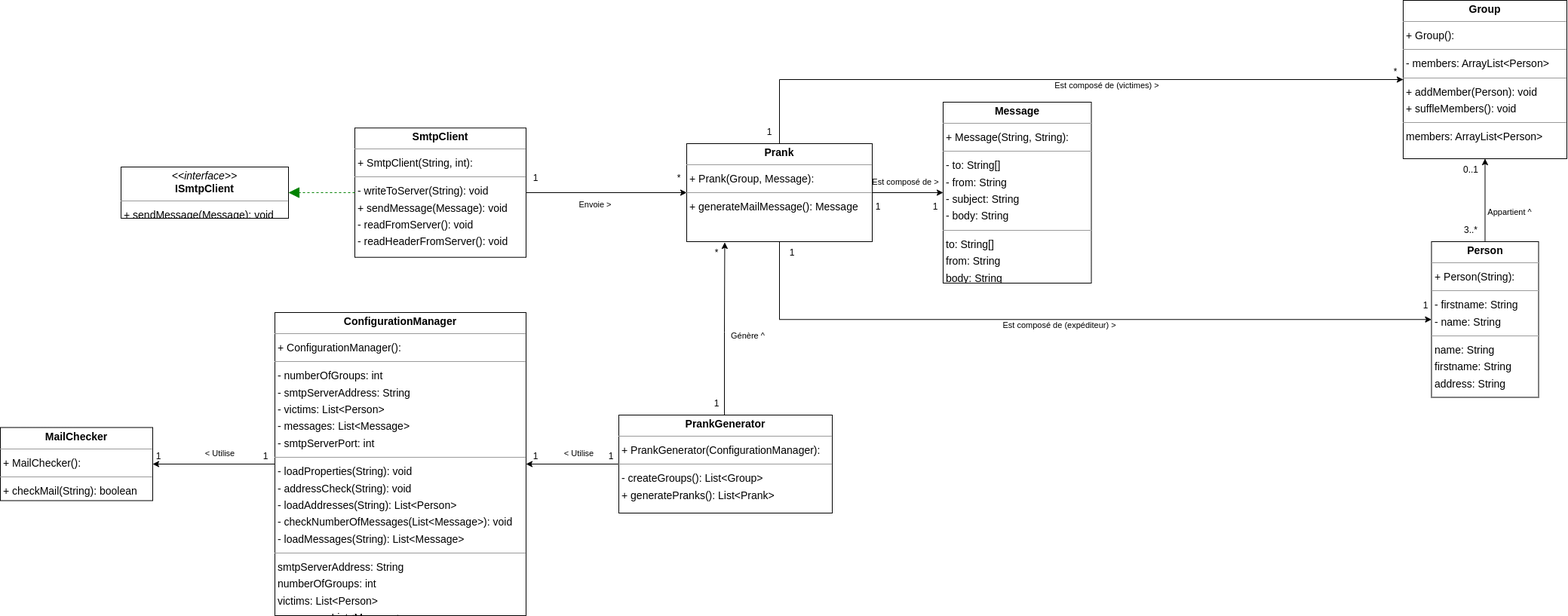
The draw.io diagram figures/Diagramme.png in hugoducom/SMTP-Prank, before a commit. Source tidied: cells renumbered, new cells last; positions are measured from the earlier drawing's top-left corner, leaving out a move shared by most shapes.
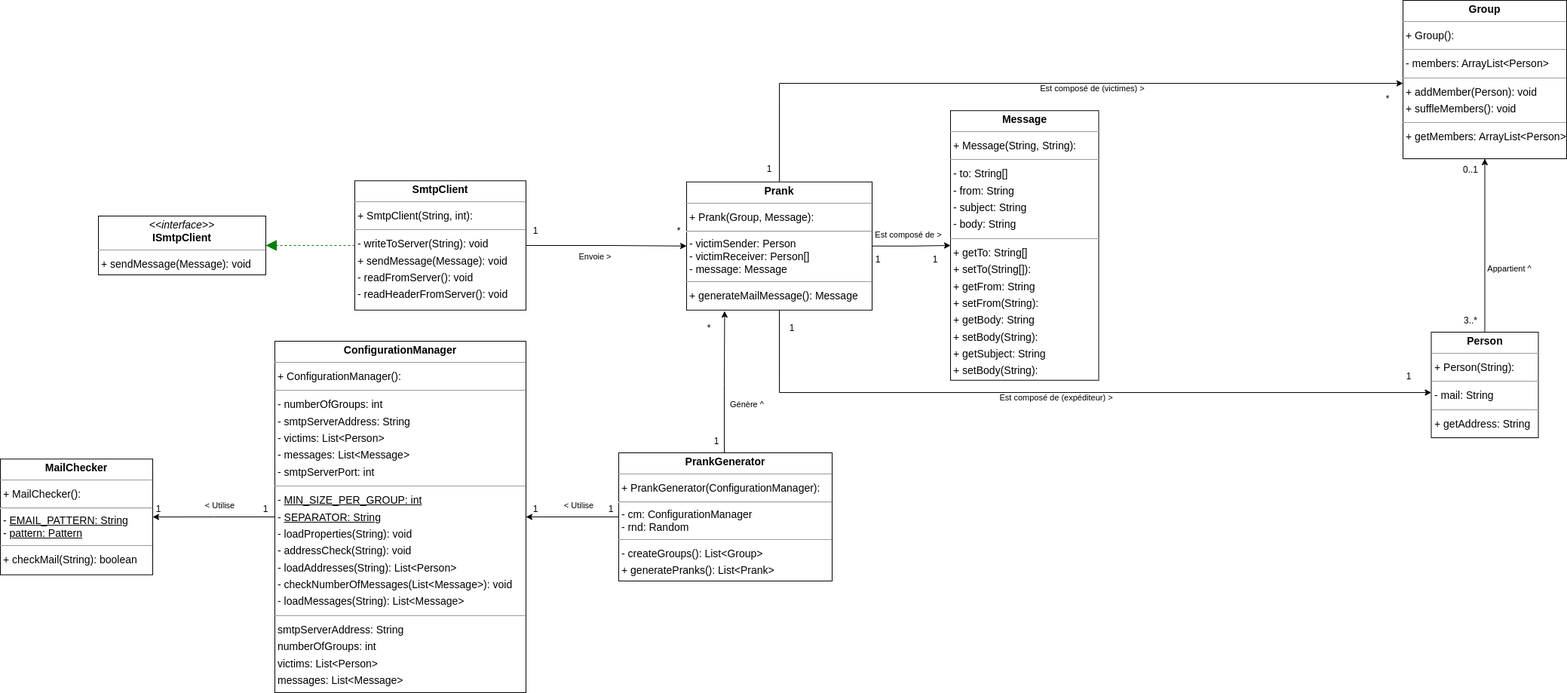
The same diagram one commit later.

Commit message:
Mise à jour du schéma UML + Simplification du code

Diff of the diagram source:
```diff
@@ -10,20 +10,20 @@
         <mxPoint x="-9" y="-11" as="offset" />
       </mxGeometry>
     </mxCell>
-    <mxCell id="4" value="&lt;p style=&quot;margin:0px;margin-top:4px;text-align:center;&quot;&gt;&lt;b&gt;ConfigurationManager&lt;/b&gt;&lt;/p&gt;&lt;hr size=&quot;1&quot;/&gt;&lt;p style=&quot;margin:0 0 0 4px;line-height:1.6;&quot;&gt;+ ConfigurationManager(): &lt;/p&gt;&lt;hr size=&quot;1&quot;/&gt;&lt;p style=&quot;margin:0 0 0 4px;line-height:1.6;&quot;&gt;- numberOfGroups: int&lt;br/&gt;- smtpServerAddress: String&lt;br/&gt;- victims: List&amp;lt;Person&amp;gt;&lt;br/&gt;- messages: List&amp;lt;Message&amp;gt;&lt;br/&gt;- smtpServerPort: int&lt;/p&gt;&lt;hr size=&quot;1&quot;/&gt;&lt;p style=&quot;margin:0 0 0 4px;line-height:1.6;&quot;&gt;- loadProperties(String): void&lt;br/&gt;- addressCheck(String): void&lt;br/&gt;- loadAddresses(String): List&amp;lt;Person&amp;gt;&lt;br/&gt;- checkNumberOfMessages(List&amp;lt;Message&amp;gt;): void&lt;br/&gt;- loadMessages(String): List&amp;lt;Message&amp;gt;&lt;/p&gt;&lt;hr size=&quot;1&quot;/&gt;&lt;p style=&quot;margin:0 0 0 4px;line-height:1.6;&quot;&gt; smtpServerAddress: String&lt;br/&gt; numberOfGroups: int&lt;br/&gt; victims: List&amp;lt;Person&amp;gt;&lt;br/&gt; messages: List&amp;lt;Message&amp;gt;&lt;br/&gt; smtpServerPort: int&lt;/p&gt;" style="verticalAlign=top;align=left;overflow=fill;fontSize=14;fontFamily=Helvetica;html=1;rounded=0;shadow=0;comic=0;labelBackgroundColor=none;strokeWidth=1;" parent="1" vertex="1">
-      <mxGeometry x="364" y="414" width="333" height="402" as="geometry" />
+    <mxCell id="4" value="&lt;p style=&quot;margin:0px;margin-top:4px;text-align:center;&quot;&gt;&lt;b&gt;ConfigurationManager&lt;/b&gt;&lt;/p&gt;&lt;hr size=&quot;1&quot;&gt;&lt;p style=&quot;margin:0 0 0 4px;line-height:1.6;&quot;&gt;+ ConfigurationManager(): &lt;/p&gt;&lt;hr size=&quot;1&quot;&gt;&lt;p style=&quot;margin:0 0 0 4px;line-height:1.6;&quot;&gt;- numberOfGroups: int&lt;br&gt;- smtpServerAddress: String&lt;br&gt;- victims: List&amp;lt;Person&amp;gt;&lt;br&gt;- messages: List&amp;lt;Message&amp;gt;&lt;br&gt;- smtpServerPort: int&lt;/p&gt;&lt;hr size=&quot;1&quot;&gt;&lt;p style=&quot;margin:0 0 0 4px;line-height:1.6;&quot;&gt;- &lt;u&gt;MIN_SIZE_PER_GROUP: int&lt;/u&gt;&lt;/p&gt;&lt;p style=&quot;margin:0 0 0 4px;line-height:1.6;&quot;&gt;- &lt;u&gt;SEPARATOR: String&lt;/u&gt;&lt;/p&gt;&lt;p style=&quot;margin:0 0 0 4px;line-height:1.6;&quot;&gt;- loadProperties(String): void&lt;br&gt;- addressCheck(String): void&lt;br&gt;- loadAddresses(String): List&amp;lt;Person&amp;gt;&lt;br&gt;- checkNumberOfMessages(List&amp;lt;Message&amp;gt;): void&lt;br&gt;- loadMessages(String): List&amp;lt;Message&amp;gt;&lt;/p&gt;&lt;hr size=&quot;1&quot;&gt;&lt;p style=&quot;margin:0 0 0 4px;line-height:1.6;&quot;&gt; smtpServerAddress: String&lt;br&gt; numberOfGroups: int&lt;br&gt; victims: List&amp;lt;Person&amp;gt;&lt;br&gt; messages: List&amp;lt;Message&amp;gt;&lt;br&gt; smtpServerPort: int&lt;/p&gt;" style="verticalAlign=top;align=left;overflow=fill;fontSize=14;fontFamily=Helvetica;html=1;rounded=0;shadow=0;comic=0;labelBackgroundColor=none;strokeWidth=1;" parent="1" vertex="1">
+      <mxGeometry x="364" y="382" width="333" height="466" as="geometry" />
     </mxCell>
-    <mxCell id="5" value="&lt;p style=&quot;margin:0px;margin-top:4px;text-align:center;&quot;&gt;&lt;b&gt;Group&lt;/b&gt;&lt;/p&gt;&lt;hr size=&quot;1&quot;/&gt;&lt;p style=&quot;margin:0 0 0 4px;line-height:1.6;&quot;&gt;+ Group(): &lt;/p&gt;&lt;hr size=&quot;1&quot;/&gt;&lt;p style=&quot;margin:0 0 0 4px;line-height:1.6;&quot;&gt;- members: ArrayList&amp;lt;Person&amp;gt;&lt;/p&gt;&lt;hr size=&quot;1&quot;/&gt;&lt;p style=&quot;margin:0 0 0 4px;line-height:1.6;&quot;&gt;+ addMember(Person): void&lt;br/&gt;+ suffleMembers(): void&lt;/p&gt;&lt;hr size=&quot;1&quot;/&gt;&lt;p style=&quot;margin:0 0 0 4px;line-height:1.6;&quot;&gt; members: ArrayList&amp;lt;Person&amp;gt;&lt;/p&gt;" style="verticalAlign=top;align=left;overflow=fill;fontSize=14;fontFamily=Helvetica;html=1;rounded=0;shadow=0;comic=0;labelBackgroundColor=none;strokeWidth=1;" parent="1" vertex="1">
-      <mxGeometry x="1860" width="217" height="210" as="geometry" />
+    <mxCell id="5" value="&lt;p style=&quot;margin:0px;margin-top:4px;text-align:center;&quot;&gt;&lt;b&gt;Group&lt;/b&gt;&lt;/p&gt;&lt;hr size=&quot;1&quot;&gt;&lt;p style=&quot;margin:0 0 0 4px;line-height:1.6;&quot;&gt;+ Group(): &lt;/p&gt;&lt;hr size=&quot;1&quot;&gt;&lt;p style=&quot;margin:0 0 0 4px;line-height:1.6;&quot;&gt;- members: ArrayList&amp;lt;Person&amp;gt;&lt;/p&gt;&lt;hr size=&quot;1&quot;&gt;&lt;p style=&quot;margin:0 0 0 4px;line-height:1.6;&quot;&gt;+ addMember(Person): void&lt;br&gt;+ suffleMembers(): void&lt;/p&gt;&lt;hr size=&quot;1&quot;&gt;&lt;p style=&quot;margin:0 0 0 4px;line-height:1.6;&quot;&gt;+ getMembers: ArrayList&amp;lt;Person&amp;gt;&lt;/p&gt;" style="verticalAlign=top;align=left;overflow=fill;fontSize=14;fontFamily=Helvetica;html=1;rounded=0;shadow=0;comic=0;labelBackgroundColor=none;strokeWidth=1;" parent="1" vertex="1">
+      <mxGeometry x="1860" y="-70" width="217" height="210" as="geometry" />
     </mxCell>
     <mxCell id="6" value="&lt;p style=&quot;margin:0px;margin-top:4px;text-align:center;&quot;&gt;&lt;i&gt;&amp;lt;&amp;lt;interface&amp;gt;&amp;gt;&lt;/i&gt;&lt;br/&gt;&lt;b&gt;ISmtpClient&lt;/b&gt;&lt;/p&gt;&lt;hr size=&quot;1&quot;/&gt;&lt;p style=&quot;margin:0 0 0 4px;line-height:1.6;&quot;&gt;+ sendMessage(Message): void&lt;/p&gt;" style="verticalAlign=top;align=left;overflow=fill;fontSize=14;fontFamily=Helvetica;html=1;rounded=0;shadow=0;comic=0;labelBackgroundColor=none;strokeWidth=1;" parent="1" vertex="1">
-      <mxGeometry x="160" y="221" width="222" height="68" as="geometry" />
+      <mxGeometry x="130" y="216" width="222" height="78" as="geometry" />
     </mxCell>
-    <mxCell id="7" value="&lt;p style=&quot;margin:0px;margin-top:4px;text-align:center;&quot;&gt;&lt;b&gt;MailChecker&lt;/b&gt;&lt;/p&gt;&lt;hr size=&quot;1&quot;/&gt;&lt;p style=&quot;margin:0 0 0 4px;line-height:1.6;&quot;&gt;+ MailChecker(): &lt;/p&gt;&lt;hr size=&quot;1&quot;/&gt;&lt;p style=&quot;margin:0 0 0 4px;line-height:1.6;&quot;&gt;+ checkMail(String): boolean&lt;/p&gt;" style="verticalAlign=top;align=left;overflow=fill;fontSize=14;fontFamily=Helvetica;html=1;rounded=0;shadow=0;comic=0;labelBackgroundColor=none;strokeWidth=1;" parent="1" vertex="1">
-      <mxGeometry y="566.5" width="202" height="97" as="geometry" />
+    <mxCell id="7" value="&lt;p style=&quot;margin:0px;margin-top:4px;text-align:center;&quot;&gt;&lt;b&gt;MailChecker&lt;/b&gt;&lt;/p&gt;&lt;hr size=&quot;1&quot;&gt;&lt;p style=&quot;margin:0 0 0 4px;line-height:1.6;&quot;&gt;+ MailChecker(): &lt;/p&gt;&lt;hr&gt;&amp;nbsp;- &lt;u&gt;EMAIL_PATTERN: String&lt;/u&gt;&lt;br&gt;&amp;nbsp;- &lt;u&gt;pattern: Pattern&lt;/u&gt;&lt;br&gt;&lt;hr size=&quot;1&quot;&gt;&lt;p style=&quot;margin:0 0 0 4px;line-height:1.6;&quot;&gt;+ checkMail(String): boolean&lt;/p&gt;" style="verticalAlign=top;align=left;overflow=fill;fontSize=14;fontFamily=Helvetica;html=1;rounded=0;shadow=0;comic=0;labelBackgroundColor=none;strokeWidth=1;" parent="1" vertex="1">
+      <mxGeometry y="538.2" width="202" height="153.5" as="geometry" />
     </mxCell>
-    <mxCell id="8" value="&lt;p style=&quot;margin:0px;margin-top:4px;text-align:center;&quot;&gt;&lt;b&gt;Message&lt;/b&gt;&lt;/p&gt;&lt;hr size=&quot;1&quot;/&gt;&lt;p style=&quot;margin:0 0 0 4px;line-height:1.6;&quot;&gt;+ Message(String, String): &lt;/p&gt;&lt;hr size=&quot;1&quot;/&gt;&lt;p style=&quot;margin:0 0 0 4px;line-height:1.6;&quot;&gt;- to: String[]&lt;br/&gt;- from: String&lt;br/&gt;- subject: String&lt;br/&gt;- body: String&lt;/p&gt;&lt;hr size=&quot;1&quot;/&gt;&lt;p style=&quot;margin:0 0 0 4px;line-height:1.6;&quot;&gt; to: String[]&lt;br/&gt; from: String&lt;br/&gt; body: String&lt;br/&gt; subject: String&lt;/p&gt;" style="verticalAlign=top;align=left;overflow=fill;fontSize=14;fontFamily=Helvetica;html=1;rounded=0;shadow=0;comic=0;labelBackgroundColor=none;strokeWidth=1;" parent="1" vertex="1">
-      <mxGeometry x="1250" y="135" width="196.5" height="240" as="geometry" />
+    <mxCell id="8" value="&lt;p style=&quot;margin:0px;margin-top:4px;text-align:center;&quot;&gt;&lt;b&gt;Message&lt;/b&gt;&lt;/p&gt;&lt;hr size=&quot;1&quot;&gt;&lt;p style=&quot;margin:0 0 0 4px;line-height:1.6;&quot;&gt;+ Message(String, String): &lt;/p&gt;&lt;hr size=&quot;1&quot;&gt;&lt;p style=&quot;margin:0 0 0 4px;line-height:1.6;&quot;&gt;- to: String[]&lt;br&gt;- from: String&lt;br&gt;- subject: String&lt;br&gt;- body: String&lt;/p&gt;&lt;hr size=&quot;1&quot;&gt;&lt;p style=&quot;margin:0 0 0 4px;line-height:1.6;&quot;&gt;+ getTo: String[]&lt;/p&gt;&lt;p style=&quot;margin:0 0 0 4px;line-height:1.6;&quot;&gt;+ setTo(String[]):&lt;br&gt;+ getFrom: String&lt;/p&gt;&lt;p style=&quot;margin:0 0 0 4px;line-height:1.6;&quot;&gt;+ setFrom(String):&lt;br&gt;+ getBody: String&lt;/p&gt;&lt;p style=&quot;margin:0 0 0 4px;line-height:1.6;&quot;&gt;+ setBody(String):&lt;br&gt;+ getSubject: String&lt;/p&gt;&lt;p style=&quot;margin:0 0 0 4px;line-height:1.6;&quot;&gt;+ setBody(String):&lt;/p&gt;" style="verticalAlign=top;align=left;overflow=fill;fontSize=14;fontFamily=Helvetica;html=1;rounded=0;shadow=0;comic=0;labelBackgroundColor=none;strokeWidth=1;" parent="1" vertex="1">
+      <mxGeometry x="1260" y="76.2" width="196.5" height="357.5" as="geometry" />
     </mxCell>
     <mxCell id="9" style="edgeStyle=orthogonalEdgeStyle;rounded=0;jettySize=auto;html=1;exitX=0.5;exitY=0;exitDx=0;exitDy=0;entryX=0.5;entryY=1;entryDx=0;entryDy=0;" parent="1" edge="1" source="11" target="5">
       <mxGeometry relative="1" as="geometry" />
@@ -33,17 +33,25 @@
         <mxPoint x="36" as="offset" />
       </mxGeometry>
     </mxCell>
-    <mxCell id="11" value="&lt;p style=&quot;margin:0px;margin-top:4px;text-align:center;&quot;&gt;&lt;b&gt;Person&lt;/b&gt;&lt;/p&gt;&lt;hr size=&quot;1&quot;/&gt;&lt;p style=&quot;margin:0 0 0 4px;line-height:1.6;&quot;&gt;+ Person(String): &lt;/p&gt;&lt;hr size=&quot;1&quot;/&gt;&lt;p style=&quot;margin:0 0 0 4px;line-height:1.6;&quot;&gt;- firstname: String&lt;br/&gt;- name: String&lt;/p&gt;&lt;hr size=&quot;1&quot;/&gt;&lt;p style=&quot;margin:0 0 0 4px;line-height:1.6;&quot;&gt; name: String&lt;br/&gt; firstname: String&lt;br/&gt; address: String&lt;/p&gt;" style="verticalAlign=top;align=left;overflow=fill;fontSize=14;fontFamily=Helvetica;html=1;rounded=0;shadow=0;comic=0;labelBackgroundColor=none;strokeWidth=1;" parent="1" vertex="1">
-      <mxGeometry x="1897.5" y="320" width="142" height="206.5" as="geometry" />
+    <mxCell id="11" value="&lt;p style=&quot;margin:0px;margin-top:4px;text-align:center;&quot;&gt;&lt;b&gt;Person&lt;/b&gt;&lt;/p&gt;&lt;hr size=&quot;1&quot;&gt;&lt;p style=&quot;margin:0 0 0 4px;line-height:1.6;&quot;&gt;+ Person(String): &lt;/p&gt;&lt;hr size=&quot;1&quot;&gt;&lt;p style=&quot;margin:0 0 0 4px;line-height:1.6;&quot;&gt;- mail: String&lt;br&gt;&lt;/p&gt;&lt;hr size=&quot;1&quot;&gt;&lt;p style=&quot;margin:0 0 0 4px;line-height:1.6;&quot;&gt;+ getAddress: String&lt;/p&gt;" style="verticalAlign=top;align=left;overflow=fill;fontSize=14;fontFamily=Helvetica;html=1;rounded=0;shadow=0;comic=0;labelBackgroundColor=none;strokeWidth=1;" parent="1" vertex="1">
+      <mxGeometry x="1897.5" y="370" width="142" height="140" as="geometry" />
     </mxCell>
     <mxCell id="12" style="edgeStyle=orthogonalEdgeStyle;rounded=0;jettySize=auto;html=1;exitX=0.5;exitY=0;exitDx=0;exitDy=0;" parent="1" edge="1" source="18" target="5">
-      <mxGeometry relative="1" as="geometry" />
+      <mxGeometry relative="1" as="geometry">
+        <Array as="points">
+          <mxPoint x="1033" y="40" />
+        </Array>
+      </mxGeometry>
     </mxCell>
     <mxCell id="13" value="Est composé de (victimes) &amp;gt;" style="edgeLabel;html=1;align=center;verticalAlign=middle;" parent="12" vertex="1">
       <mxGeometry x="0.14" y="-7" relative="1" as="geometry" />
     </mxCell>
     <mxCell id="14" style="edgeStyle=orthogonalEdgeStyle;rounded=0;jettySize=auto;html=1;exitX=0.5;exitY=1;exitDx=0;exitDy=0;" parent="1" edge="1" source="18" target="11">
-      <mxGeometry relative="1" as="geometry" />
+      <mxGeometry relative="1" as="geometry">
+        <Array as="points">
+          <mxPoint x="1033" y="450" />
+        </Array>
+      </mxGeometry>
     </mxCell>
     <mxCell id="15" value="Est composé de (expéditeur) &amp;gt;" style="edgeLabel;html=1;align=center;verticalAlign=middle;" parent="14" vertex="1">
       <mxGeometry x="-0.02" y="-2" relative="1" as="geometry">
@@ -58,8 +66,8 @@
         <mxPoint x="7" y="-16" as="offset" />
       </mxGeometry>
     </mxCell>
-    <mxCell id="18" value="&lt;p style=&quot;margin:0px;margin-top:4px;text-align:center;&quot;&gt;&lt;b&gt;Prank&lt;/b&gt;&lt;/p&gt;&lt;hr size=&quot;1&quot;/&gt;&lt;p style=&quot;margin:0 0 0 4px;line-height:1.6;&quot;&gt;+ Prank(Group, Message): &lt;/p&gt;&lt;hr size=&quot;1&quot;/&gt;&lt;p style=&quot;margin:0 0 0 4px;line-height:1.6;&quot;&gt;+ generateMailMessage(): Message&lt;/p&gt;" style="verticalAlign=top;align=left;overflow=fill;fontSize=14;fontFamily=Helvetica;html=1;rounded=0;shadow=0;comic=0;labelBackgroundColor=none;strokeWidth=1;" parent="1" vertex="1">
-      <mxGeometry x="910" y="190" width="246" height="130" as="geometry" />
+    <mxCell id="18" value="&lt;p style=&quot;margin:0px;margin-top:4px;text-align:center;&quot;&gt;&lt;b&gt;Prank&lt;/b&gt;&lt;/p&gt;&lt;hr size=&quot;1&quot;&gt;&lt;p style=&quot;margin:0 0 0 4px;line-height:1.6;&quot;&gt;&lt;span style=&quot;background-color: initial;&quot;&gt;+ Prank(Group, Message):&lt;/span&gt;&lt;br&gt;&lt;/p&gt;&lt;hr&gt;&amp;nbsp;- victimSender: Person&lt;br&gt;&amp;nbsp;- victimReceiver: Person[]&lt;br&gt;&amp;nbsp;- message: Message&lt;br&gt;&lt;hr size=&quot;1&quot;&gt;&lt;p style=&quot;margin:0 0 0 4px;line-height:1.6;&quot;&gt;+ generateMailMessage(): Message&lt;/p&gt;" style="verticalAlign=top;align=left;overflow=fill;fontSize=14;fontFamily=Helvetica;html=1;rounded=0;shadow=0;comic=0;labelBackgroundColor=none;strokeWidth=1;" parent="1" vertex="1">
+      <mxGeometry x="910" y="170.8" width="246" height="170" as="geometry" />
     </mxCell>
     <mxCell id="19" style="edgeStyle=orthogonalEdgeStyle;rounded=0;jettySize=auto;html=1;exitX=0.5;exitY=0;exitDx=0;exitDy=0;entryX=0.205;entryY=1.008;entryDx=0;entryDy=0;entryPerimeter=0;" parent="1" edge="1" source="23" target="18">
       <mxGeometry relative="1" as="geometry">
@@ -83,8 +91,8 @@
         <mxPoint x="-1" y="-13" as="offset" />
       </mxGeometry>
     </mxCell>
-    <mxCell id="23" value="&lt;p style=&quot;margin:0px;margin-top:4px;text-align:center;&quot;&gt;&lt;b&gt;PrankGenerator&lt;/b&gt;&lt;/p&gt;&lt;hr size=&quot;1&quot;/&gt;&lt;p style=&quot;margin:0 0 0 4px;line-height:1.6;&quot;&gt;+ PrankGenerator(ConfigurationManager): &lt;/p&gt;&lt;hr size=&quot;1&quot;/&gt;&lt;p style=&quot;margin:0 0 0 4px;line-height:1.6;&quot;&gt;- createGroups(): List&amp;lt;Group&amp;gt;&lt;br/&gt;+ generatePranks(): List&amp;lt;Prank&amp;gt;&lt;/p&gt;" style="verticalAlign=top;align=left;overflow=fill;fontSize=14;fontFamily=Helvetica;html=1;rounded=0;shadow=0;comic=0;labelBackgroundColor=none;strokeWidth=1;" parent="1" vertex="1">
-      <mxGeometry x="820" y="550" width="283" height="130" as="geometry" />
+    <mxCell id="23" value="&lt;p style=&quot;margin:0px;margin-top:4px;text-align:center;&quot;&gt;&lt;b&gt;PrankGenerator&lt;/b&gt;&lt;/p&gt;&lt;hr size=&quot;1&quot;&gt;&lt;p style=&quot;margin:0 0 0 4px;line-height:1.6;&quot;&gt;+ PrankGenerator(ConfigurationManager): &lt;/p&gt;&lt;hr&gt;&amp;nbsp;- cm: ConfigurationManager&lt;br&gt;&amp;nbsp;- rnd: Random&lt;br&gt;&lt;hr size=&quot;1&quot;&gt;&lt;p style=&quot;margin:0 0 0 4px;line-height:1.6;&quot;&gt;- createGroups(): List&amp;lt;Group&amp;gt;&lt;br&gt;+ generatePranks(): List&amp;lt;Prank&amp;gt;&lt;/p&gt;" style="verticalAlign=top;align=left;overflow=fill;fontSize=14;fontFamily=Helvetica;html=1;rounded=0;shadow=0;comic=0;labelBackgroundColor=none;strokeWidth=1;" parent="1" vertex="1">
+      <mxGeometry x="820" y="530" width="283" height="170" as="geometry" />
     </mxCell>
     <mxCell id="24" style="edgeStyle=orthogonalEdgeStyle;rounded=0;jettySize=auto;html=1;exitX=1;exitY=0.5;exitDx=0;exitDy=0;entryX=0;entryY=0.5;entryDx=0;entryDy=0;" parent="1" edge="1" source="26" target="18">
       <mxGeometry relative="1" as="geometry" />
@@ -113,22 +121,22 @@
       <mxGeometry x="780" y="590" width="60" height="30" as="geometry" />
     </mxCell>
     <mxCell id="32" value="*" style="text;html=1;strokeColor=none;fillColor=none;align=center;verticalAlign=middle;whiteSpace=wrap;rounded=0;" parent="1" vertex="1">
-      <mxGeometry x="920" y="320" width="60" height="30" as="geometry" />
+      <mxGeometry x="910" y="350" width="60" height="30" as="geometry" />
     </mxCell>
     <mxCell id="33" value="1" style="text;html=1;strokeColor=none;fillColor=none;align=center;verticalAlign=middle;whiteSpace=wrap;rounded=0;" parent="1" vertex="1">
-      <mxGeometry x="920" y="520" width="60" height="30" as="geometry" />
+      <mxGeometry x="920" y="500" width="60" height="30" as="geometry" />
     </mxCell>
     <mxCell id="34" value="*" style="text;html=1;strokeColor=none;fillColor=none;align=center;verticalAlign=middle;whiteSpace=wrap;rounded=0;" parent="1" vertex="1">
-      <mxGeometry x="1820" y="80" width="60" height="30" as="geometry" />
+      <mxGeometry x="1810" y="46.2" width="60" height="30" as="geometry" />
     </mxCell>
     <mxCell id="35" value="1" style="text;html=1;strokeColor=none;fillColor=none;align=center;verticalAlign=middle;whiteSpace=wrap;rounded=0;" parent="1" vertex="1">
-      <mxGeometry x="990" y="160" width="60" height="30" as="geometry" />
+      <mxGeometry x="990" y="139.2" width="60" height="30" as="geometry" />
     </mxCell>
     <mxCell id="36" value="1" style="text;html=1;strokeColor=none;fillColor=none;align=center;verticalAlign=middle;whiteSpace=wrap;rounded=0;" parent="1" vertex="1">
-      <mxGeometry x="1860" y="390" width="60" height="30" as="geometry" />
+      <mxGeometry x="1837.5" y="414" width="60" height="30" as="geometry" />
     </mxCell>
     <mxCell id="37" value="1" style="text;html=1;strokeColor=none;fillColor=none;align=center;verticalAlign=middle;whiteSpace=wrap;rounded=0;" parent="1" vertex="1">
-      <mxGeometry x="1020" y="320" width="60" height="30" as="geometry" />
+      <mxGeometry x="1020" y="350" width="60" height="30" as="geometry" />
     </mxCell>
     <mxCell id="38" value="1" style="text;html=1;strokeColor=none;fillColor=none;align=center;verticalAlign=middle;whiteSpace=wrap;rounded=0;" parent="1" vertex="1">
       <mxGeometry x="1210" y="259" width="60" height="30" as="geometry" />
@@ -143,10 +151,10 @@
       <mxGeometry x="680" y="221" width="60" height="30" as="geometry" />
     </mxCell>
     <mxCell id="42" value="0..1" style="text;html=1;strokeColor=none;fillColor=none;align=center;verticalAlign=middle;whiteSpace=wrap;rounded=0;" parent="1" vertex="1">
-      <mxGeometry x="1920" y="210" width="60" height="30" as="geometry" />
+      <mxGeometry x="1920" y="140" width="60" height="30" as="geometry" />
     </mxCell>
     <mxCell id="43" value="3..*" style="text;html=1;strokeColor=none;fillColor=none;align=center;verticalAlign=middle;whiteSpace=wrap;rounded=0;" parent="1" vertex="1">
-      <mxGeometry x="1920" y="290" width="60" height="30" as="geometry" />
+      <mxGeometry x="1920" y="340" width="60" height="30" as="geometry" />
     </mxCell>
   </root>
 </mxGraphModel>
```
